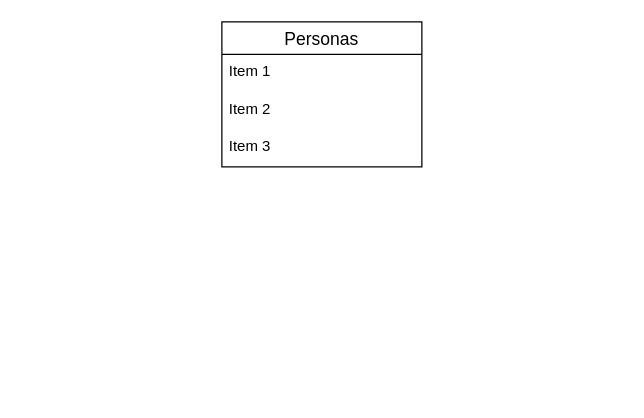
The draw.io diagram Diagrama SysClinic.drawio in DiegoBenjumeaDeveloper/Agendamiento, before the edit. Source tidied: cells renumbered, new cells numbered last; positions are measured from the earlier drawing's top-left corner, leaving out a move shared by most shapes. Both pictures are drawn from the tidied source at 125%, with x=0, y=0 at pixel (221, 21).
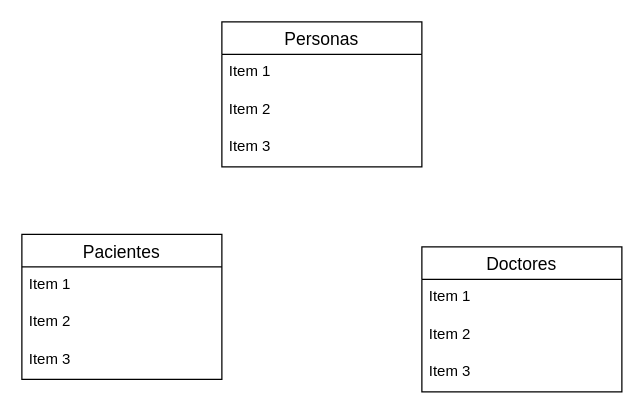
The same page after the edit.

What changed in the source:
```diff
@@
 <mxGraphModel>
   <root>
     <mxCell id="0" />
     <mxCell id="1" parent="0" />
     <mxCell id="2" value="Personas" style="swimlane;fontStyle=0;horizontal=1;startSize=26;align=center;fontSize=14;" parent="1" vertex="1">
       <mxGeometry width="160" height="116" as="geometry" />
     </mxCell>
     <mxCell id="3" value="Item 1" style="text;strokeColor=none;fillColor=none;spacingLeft=4;spacingRight=4;overflow=hidden;fontSize=12;whiteSpace=wrap;html=1;" parent="2" vertex="1">
       <mxGeometry y="26" width="160" height="30" as="geometry" />
     </mxCell>
     <mxCell id="4" value="Item 2" style="text;strokeColor=none;fillColor=none;spacingLeft=4;spacingRight=4;overflow=hidden;fontSize=12;whiteSpace=wrap;html=1;" parent="2" vertex="1">
       <mxGeometry y="56" width="160" height="30" as="geometry" />
     </mxCell>
     <mxCell id="5" value="Item 3" style="text;strokeColor=none;fillColor=none;spacingLeft=4;spacingRight=4;overflow=hidden;fontSize=12;whiteSpace=wrap;html=1;" parent="2" vertex="1">
       <mxGeometry y="86" width="160" height="30" as="geometry" />
     </mxCell>
+    <mxCell id="6" value="Pacientes" style="swimlane;fontStyle=0;horizontal=1;startSize=26;align=center;fontSize=14;" parent="1" vertex="1">
+      <mxGeometry x="-160" y="170" width="160" height="116" as="geometry" />
+    </mxCell>
+    <mxCell id="7" value="Item 1" style="text;strokeColor=none;fillColor=none;spacingLeft=4;spacingRight=4;overflow=hidden;fontSize=12;whiteSpace=wrap;html=1;" parent="6" vertex="1">
+      <mxGeometry y="26" width="160" height="30" as="geometry" />
+    </mxCell>
+    <mxCell id="8" value="Item 2" style="text;strokeColor=none;fillColor=none;spacingLeft=4;spacingRight=4;overflow=hidden;fontSize=12;whiteSpace=wrap;html=1;" parent="6" vertex="1">
+      <mxGeometry y="56" width="160" height="30" as="geometry" />
+    </mxCell>
+    <mxCell id="9" value="Item 3" style="text;strokeColor=none;fillColor=none;spacingLeft=4;spacingRight=4;overflow=hidden;fontSize=12;whiteSpace=wrap;html=1;" parent="6" vertex="1">
+      <mxGeometry y="86" width="160" height="30" as="geometry" />
+    </mxCell>
+    <mxCell id="10" value="Doctores" style="swimlane;fontStyle=0;horizontal=1;startSize=26;align=center;fontSize=14;" parent="1" vertex="1">
+      <mxGeometry x="160" y="180" width="160" height="116" as="geometry" />
+    </mxCell>
+    <mxCell id="11" value="Item 1" style="text;strokeColor=none;fillColor=none;spacingLeft=4;spacingRight=4;overflow=hidden;fontSize=12;whiteSpace=wrap;html=1;" parent="10" vertex="1">
+      <mxGeometry y="26" width="160" height="30" as="geometry" />
+    </mxCell>
+    <mxCell id="12" value="Item 2" style="text;strokeColor=none;fillColor=none;spacingLeft=4;spacingRight=4;overflow=hidden;fontSize=12;whiteSpace=wrap;html=1;" parent="10" vertex="1">
+      <mxGeometry y="56" width="160" height="30" as="geometry" />
+    </mxCell>
+    <mxCell id="13" value="Item 3" style="text;strokeColor=none;fillColor=none;spacingLeft=4;spacingRight=4;overflow=hidden;fontSize=12;whiteSpace=wrap;html=1;" parent="10" vertex="1">
+      <mxGeometry y="86" width="160" height="30" as="geometry" />
+    </mxCell>
   </root>
 </mxGraphModel>
```
